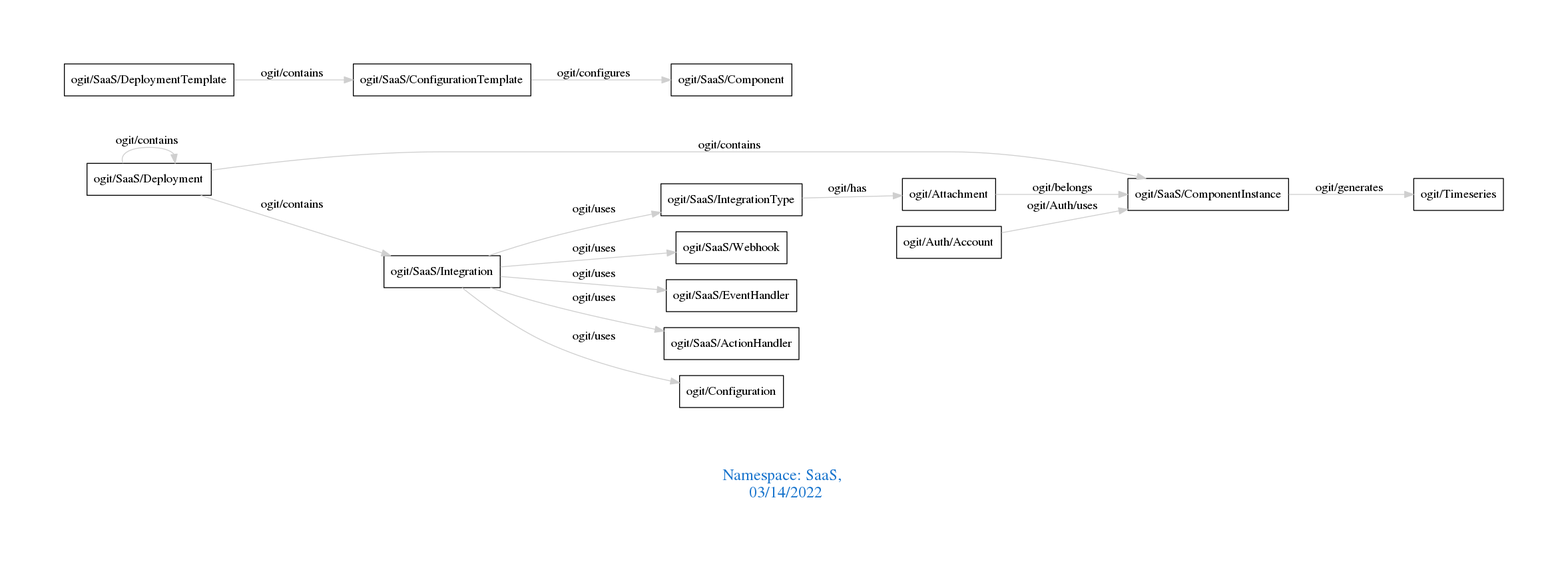
This is downloads/SaaS.png from arago/OGIT, a Graphviz export, as it was before one commit. Its source is kept beside it as downloads/SaaS.dot.
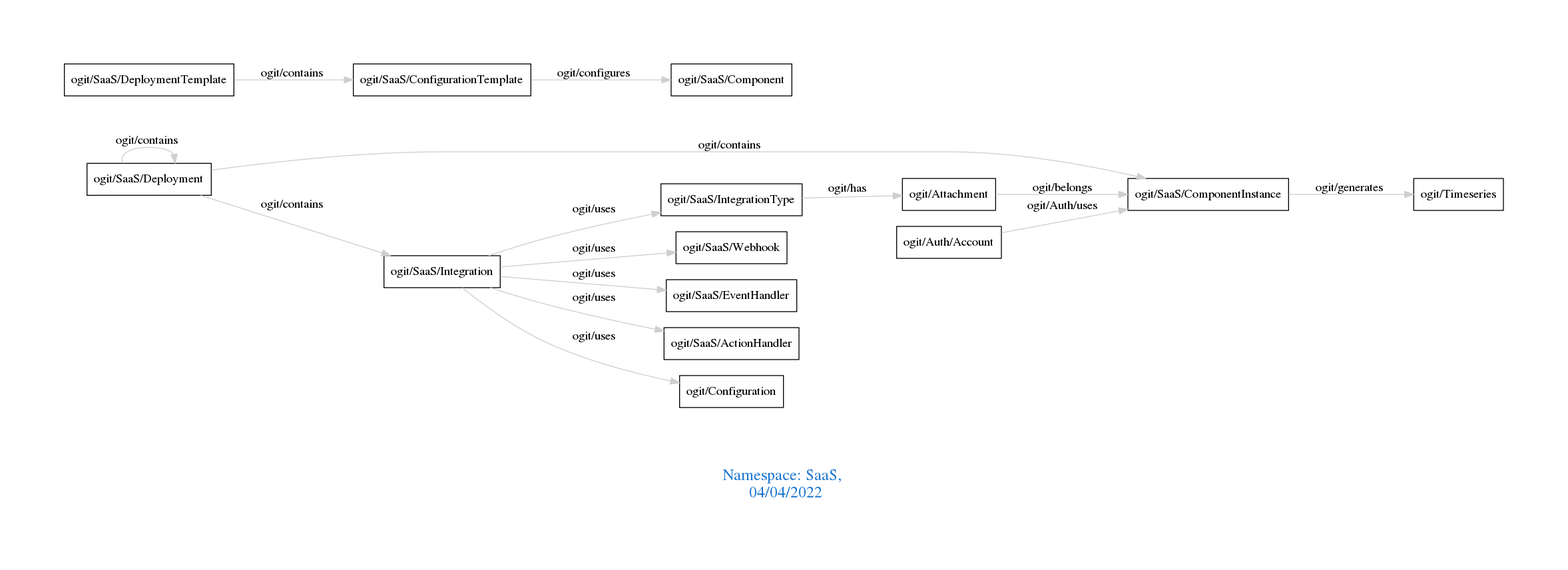
After the change.

Diff of the diagram source:
```diff
@@ -1,7 +1,7 @@
 digraph OGIT_ontology {
  graph [ rankdir= LR,pad=1
 fontsize = 18,
-fontcolor= dodgerblue3,label = "\n\n\nNamespace: SaaS, \n 03/14/2022"];
+fontcolor= dodgerblue3,label = "\n\n\nNamespace: SaaS, \n 04/04/2022"];
 node[shape=polygon];
 edge [  color="gray81"];
 
```
